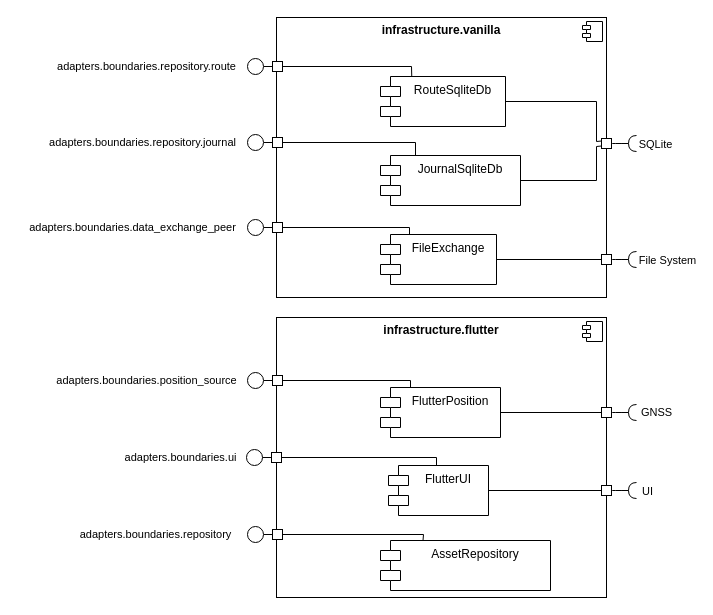
The draw.io diagram doc/bbview_level2_infrastructure.drawio in aardjon/trad, before the edit. Source tidied: cells renumbered, new cells numbered last; positions are measured from the earlier drawing's top-left corner, leaving out a move shared by most shapes. Both pictures are drawn from the tidied source at 100%, with x=0, y=0 at pixel (17, 17).
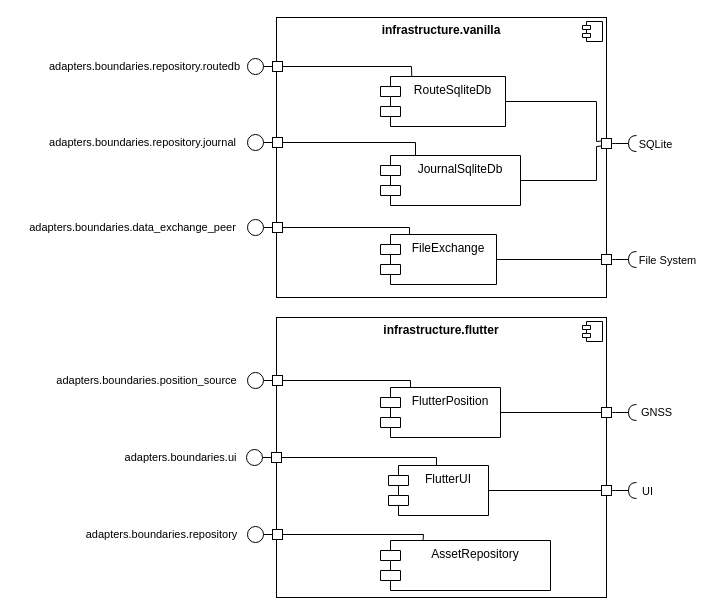
The same page after the edit.

Commit message (it also covers changes not shown here):
docs: Extend refinement of architecture level 2

What changed in the source:
```diff
@@
-    <mxCell id="27" value="&lt;font style=&quot;font-size: 11px;&quot;&gt;adapters.boundaries.repository.route&lt;/font&gt;" style="text;html=1;align=center;verticalAlign=middle;strokeColor=none;fillColor=none;" parent="1" vertex="1">
-      <mxGeometry x="29" y="34" width="200" height="30" as="geometry" />
+    <mxCell id="27" value="&lt;font style=&quot;font-size: 11px;&quot;&gt;adapters.boundaries.repository.routedb&lt;/font&gt;" style="text;html=1;align=center;verticalAlign=middle;strokeColor=none;fillColor=none;" parent="1" vertex="1">
+      <mxGeometry x="22" y="34" width="210" height="30" as="geometry" />
     </mxCell>
@@
     <mxCell id="58" value="&lt;font style=&quot;font-size: 11px;&quot;&gt;adapters.boundaries.repository&lt;/font&gt;" style="text;html=1;align=center;verticalAlign=middle;strokeColor=none;fillColor=none;" parent="1" vertex="1">
-      <mxGeometry x="48" y="502" width="180" height="30" as="geometry" />
+      <mxGeometry x="54" y="502" width="180" height="30" as="geometry" />
     </mxCell>
```
